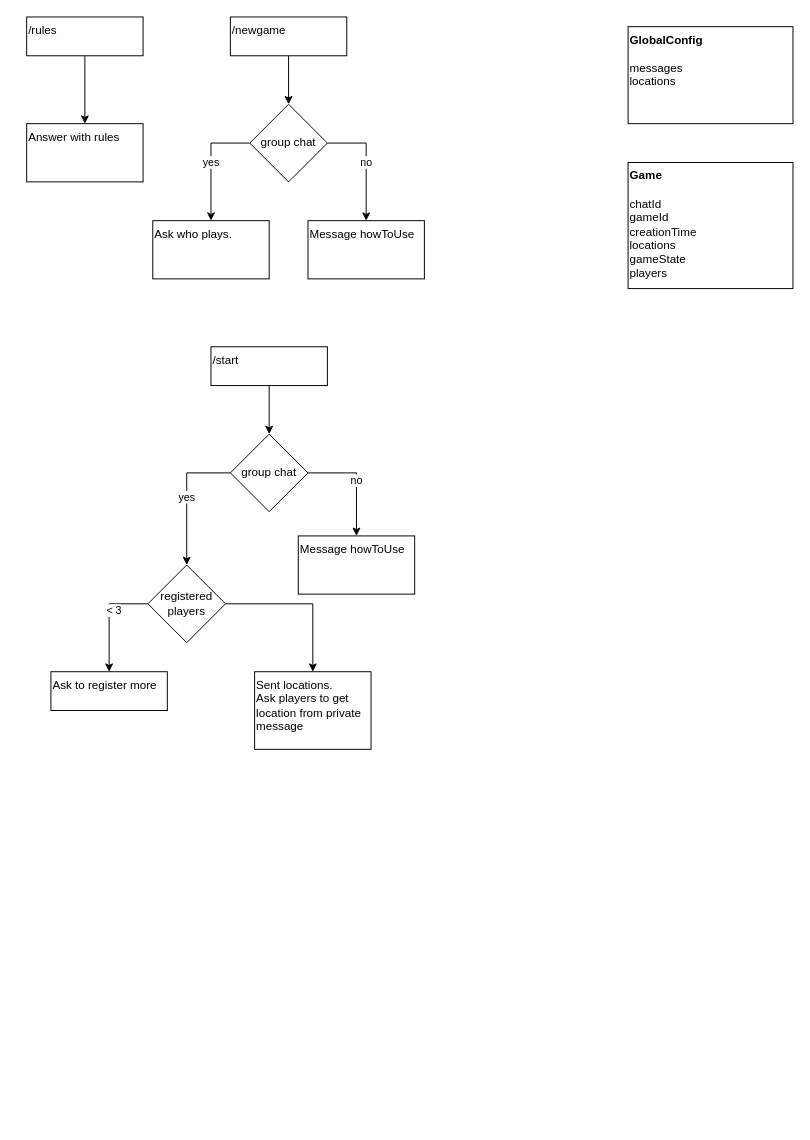
This is business-flow.drawio from vendigo/spyfall-bot, a draw.io file, before an edit. Source tidied: cells renumbered, new cells numbered last; positions are measured from the earlier drawing's top-left corner, leaving out a move shared by most shapes. Both pictures are drawn from the tidied source at 97%, with x=0, y=0 at pixel (26, 16).
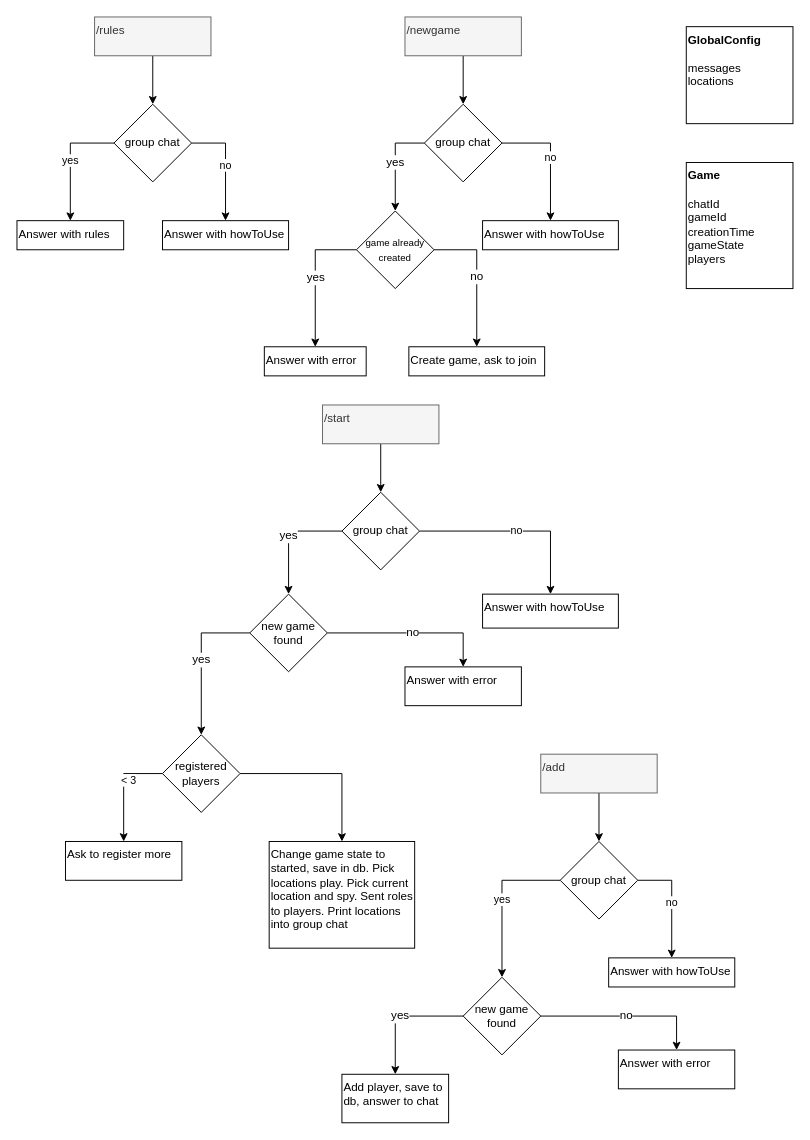
The same diagram, later.

Commit message (it also covers changes not shown here):
Reworked locations picking, compilation fix, updated flow diagram

The edit, as a diff of the source:
```diff
@@
     <mxCell id="2" value="&lt;b&gt;GlobalConfig&lt;/b&gt;&lt;br&gt;&lt;br&gt;messages&lt;br&gt;locations" style="rounded=0;whiteSpace=wrap;html=1;verticalAlign=top;align=left;" parent="1" vertex="1">
-      <mxGeometry x="620" y="10" width="170" height="100" as="geometry" />
+      <mxGeometry x="680" y="10" width="110" height="100" as="geometry" />
     </mxCell>
@@
-    <mxCell id="4" value="/newgame" style="rounded=0;whiteSpace=wrap;html=1;align=left;verticalAlign=top;" parent="1" vertex="1">
-      <mxGeometry x="210" width="120" height="40" as="geometry" />
+    <mxCell id="4" value="/newgame" style="rounded=0;whiteSpace=wrap;html=1;align=left;verticalAlign=top;fillColor=#f5f5f5;fontColor=#333333;strokeColor=#666666;" parent="1" vertex="1">
+      <mxGeometry x="390" width="120" height="40" as="geometry" />
     </mxCell>
-    <mxCell id="5" style="edgeStyle=orthogonalEdgeStyle;rounded=0;jettySize=auto;html=1;exitX=0.5;exitY=1;exitDx=0;exitDy=0;entryX=0.5;entryY=0;entryDx=0;entryDy=0;" parent="1" edge="1" source="6" target="7">
-      <mxGeometry relative="1" as="geometry" />
-    </mxCell>
-    <mxCell id="6" value="/rules" style="rounded=0;whiteSpace=wrap;html=1;align=left;verticalAlign=top;" parent="1" vertex="1">
-      <mxGeometry width="120" height="40" as="geometry" />
-    </mxCell>
-    <mxCell id="7" value="Answer with rules" style="rounded=0;whiteSpace=wrap;html=1;align=left;verticalAlign=top;" parent="1" vertex="1">
-      <mxGeometry y="110" width="120" height="60" as="geometry" />
-    </mxCell>
-    <mxCell id="8" value="Sent locations.&amp;nbsp;&lt;br&gt;Ask players to get location from private message" style="rounded=0;whiteSpace=wrap;html=1;align=left;verticalAlign=top;" parent="1" vertex="1">
-      <mxGeometry x="235" y="675" width="120" height="80" as="geometry" />
+    <mxCell id="8" value="Change game state to started, save in db. Pick locations play. Pick current location and spy. Sent roles to players. Print locations into group chat" style="rounded=0;whiteSpace=wrap;html=1;align=left;verticalAlign=top;" parent="1" vertex="1">
+      <mxGeometry x="250" y="850" width="150" height="110" as="geometry" />
     </mxCell>
-    <mxCell id="9" value="yes" style="edgeStyle=orthogonalEdgeStyle;rounded=0;jettySize=auto;html=1;exitX=0;exitY=0.5;exitDx=0;exitDy=0;entryX=0.5;entryY=0;entryDx=0;entryDy=0;entryPerimeter=0;" parent="1" edge="1" source="11" target="14">
-      <mxGeometry relative="1" as="geometry" />
-    </mxCell>
@@
+    <mxCell id="26" value="yes" style="edgeStyle=orthogonalEdgeStyle;rounded=0;jettySize=auto;html=1;exitX=0;exitY=0.5;exitDx=0;exitDy=0;entryX=0.5;entryY=0;entryDx=0;entryDy=0;fontSize=12;" parent="1" edge="1" source="11" target="34">
+      <mxGeometry relative="1" as="geometry" />
+    </mxCell>
     <mxCell id="11" value="group chat" style="rhombus;whiteSpace=wrap;html=1;align=center;verticalAlign=middle;" parent="1" vertex="1">
-      <mxGeometry x="230" y="90" width="80" height="80" as="geometry" />
+      <mxGeometry x="410" y="90" width="80" height="80" as="geometry" />
     </mxCell>
-    <mxCell id="12" value="Message howToUse" style="rounded=0;whiteSpace=wrap;html=1;align=left;verticalAlign=top;" parent="1" vertex="1">
-      <mxGeometry x="290" y="210" width="120" height="60" as="geometry" />
+    <mxCell id="12" value="Answer with howToUse" style="rounded=0;whiteSpace=wrap;html=1;align=left;verticalAlign=top;" parent="1" vertex="1">
+      <mxGeometry x="470" y="210" width="140" height="30" as="geometry" />
     </mxCell>
-    <mxCell id="13" value="&lt;b&gt;Game&lt;/b&gt;&lt;br&gt;&lt;br&gt;chatId&lt;br&gt;gameId&lt;br&gt;creationTime&lt;br&gt;locations&lt;br&gt;gameState&lt;br&gt;players" style="rounded=0;whiteSpace=wrap;html=1;verticalAlign=top;align=left;" parent="1" vertex="1">
-      <mxGeometry x="620" y="150" width="170" height="130" as="geometry" />
+    <mxCell id="13" value="&lt;b&gt;Game&lt;/b&gt;&lt;br&gt;&lt;br&gt;chatId&lt;br&gt;gameId&lt;br&gt;creationTime&lt;br&gt;gameState&lt;br&gt;players" style="rounded=0;whiteSpace=wrap;html=1;verticalAlign=top;align=left;" parent="1" vertex="1">
+      <mxGeometry x="680" y="150" width="110" height="130" as="geometry" />
     </mxCell>
-    <mxCell id="14" value="Ask who plays.&amp;nbsp;" style="rounded=0;whiteSpace=wrap;html=1;align=left;verticalAlign=top;" parent="1" vertex="1">
-      <mxGeometry x="130" y="210" width="120" height="60" as="geometry" />
-    </mxCell>
@@
-    <mxCell id="16" value="/start" style="rounded=0;whiteSpace=wrap;html=1;align=left;verticalAlign=top;" parent="1" vertex="1">
-      <mxGeometry x="190" y="340" width="120" height="40" as="geometry" />
+    <mxCell id="16" value="/start" style="rounded=0;whiteSpace=wrap;html=1;align=left;verticalAlign=top;fillColor=#f5f5f5;fontColor=#333333;strokeColor=#666666;" parent="1" vertex="1">
+      <mxGeometry x="305" y="400" width="120" height="40" as="geometry" />
     </mxCell>
@@
     <mxCell id="20" value="registered players" style="rhombus;whiteSpace=wrap;html=1;align=center;verticalAlign=middle;" parent="1" vertex="1">
-      <mxGeometry x="125" y="565" width="80" height="80" as="geometry" />
+      <mxGeometry x="140" y="740" width="80" height="80" as="geometry" />
     </mxCell>
     <mxCell id="21" value="Ask to register more" style="rounded=0;whiteSpace=wrap;html=1;align=left;verticalAlign=top;" parent="1" vertex="1">
-      <mxGeometry x="25" y="675" width="120" height="40" as="geometry" />
+      <mxGeometry x="40" y="850" width="120" height="40" as="geometry" />
     </mxCell>
-    <mxCell id="22" value="yes" style="edgeStyle=orthogonalEdgeStyle;rounded=0;jettySize=auto;html=1;exitX=0;exitY=0.5;exitDx=0;exitDy=0;entryX=0.5;entryY=0;entryDx=0;entryDy=0;" parent="1" edge="1" source="24" target="20">
-      <mxGeometry relative="1" as="geometry" />
-    </mxCell>
@@
+    <mxCell id="27" value="yes" style="edgeStyle=orthogonalEdgeStyle;rounded=0;jettySize=auto;html=1;exitX=0;exitY=0.5;exitDx=0;exitDy=0;entryX=0.5;entryY=0;entryDx=0;entryDy=0;fontSize=12;" parent="1" edge="1" source="24" target="39">
+      <mxGeometry relative="1" as="geometry" />
+    </mxCell>
     <mxCell id="24" value="group chat" style="rhombus;whiteSpace=wrap;html=1;align=center;verticalAlign=middle;" parent="1" vertex="1">
-      <mxGeometry x="210" y="430" width="80" height="80" as="geometry" />
+      <mxGeometry x="325" y="490" width="80" height="80" as="geometry" />
     </mxCell>
-    <mxCell id="25" value="Message howToUse" style="rounded=0;whiteSpace=wrap;html=1;align=left;verticalAlign=top;" parent="1" vertex="1">
-      <mxGeometry x="280" y="535" width="120" height="60" as="geometry" />
+    <mxCell id="25" value="Answer with howToUse" style="rounded=0;whiteSpace=wrap;html=1;align=left;verticalAlign=top;" parent="1" vertex="1">
+      <mxGeometry x="470" y="595" width="140" height="35" as="geometry" />
     </mxCell>
+    <mxCell id="28" style="edgeStyle=orthogonalEdgeStyle;rounded=0;jettySize=auto;html=1;exitX=0.5;exitY=1;exitDx=0;exitDy=0;entryX=0.5;entryY=0;entryDx=0;entryDy=0;" parent="1" edge="1" source="6" target="30">
+      <mxGeometry relative="1" as="geometry" />
+    </mxCell>
+    <mxCell id="6" value="/rules" style="rounded=0;whiteSpace=wrap;html=1;align=left;verticalAlign=top;fillColor=#f5f5f5;fontColor=#333333;strokeColor=#666666;" parent="1" vertex="1">
+      <mxGeometry x="70" width="120" height="40" as="geometry" />
+    </mxCell>
+    <mxCell id="9" value="yes" style="edgeStyle=orthogonalEdgeStyle;rounded=0;jettySize=auto;html=1;exitX=0;exitY=0.5;exitDx=0;exitDy=0;entryX=0.5;entryY=0;entryDx=0;entryDy=0;entryPerimeter=0;" parent="1" edge="1" source="30" target="7">
+      <mxGeometry relative="1" as="geometry" />
+    </mxCell>
+    <mxCell id="29" value="no" style="edgeStyle=orthogonalEdgeStyle;rounded=0;jettySize=auto;html=1;exitX=1;exitY=0.5;exitDx=0;exitDy=0;entryX=0.5;entryY=0;entryDx=0;entryDy=0;" parent="1" edge="1" source="30" target="31">
+      <mxGeometry relative="1" as="geometry" />
+    </mxCell>
+    <mxCell id="30" value="group chat" style="rhombus;whiteSpace=wrap;html=1;align=center;verticalAlign=middle;" parent="1" vertex="1">
+      <mxGeometry x="90" y="90" width="80" height="80" as="geometry" />
+    </mxCell>
+    <mxCell id="31" value="Answer with howToUse" style="rounded=0;whiteSpace=wrap;html=1;align=left;verticalAlign=top;" parent="1" vertex="1">
+      <mxGeometry x="140" y="210" width="130" height="30" as="geometry" />
+    </mxCell>
+    <mxCell id="7" value="Answer with rules" style="rounded=0;whiteSpace=wrap;html=1;align=left;verticalAlign=top;" parent="1" vertex="1">
+      <mxGeometry x="-10" y="210" width="110" height="30" as="geometry" />
+    </mxCell>
+    <mxCell id="32" value="yes" style="edgeStyle=orthogonalEdgeStyle;rounded=0;jettySize=auto;html=1;exitX=0;exitY=0.5;exitDx=0;exitDy=0;entryX=0.5;entryY=0;entryDx=0;entryDy=0;fontSize=12;" parent="1" edge="1" source="34" target="35">
+      <mxGeometry relative="1" as="geometry" />
+    </mxCell>
+    <mxCell id="33" value="no" style="edgeStyle=orthogonalEdgeStyle;rounded=0;jettySize=auto;html=1;exitX=1;exitY=0.5;exitDx=0;exitDy=0;entryX=0.5;entryY=0;entryDx=0;entryDy=0;fontSize=12;" parent="1" edge="1" source="34" target="36">
+      <mxGeometry relative="1" as="geometry" />
+    </mxCell>
+    <mxCell id="34" value="&lt;font style=&quot;font-size: 10px;&quot;&gt;game already created&lt;/font&gt;" style="rhombus;whiteSpace=wrap;html=1;align=center;verticalAlign=middle;" parent="1" vertex="1">
+      <mxGeometry x="340" y="200" width="80" height="80" as="geometry" />
+    </mxCell>
+    <mxCell id="35" value="Answer with error&lt;br&gt;" style="rounded=0;whiteSpace=wrap;html=1;align=left;verticalAlign=top;" parent="1" vertex="1">
+      <mxGeometry x="245" y="340" width="105" height="30" as="geometry" />
+    </mxCell>
+    <mxCell id="36" value="Create game, ask to join" style="rounded=0;whiteSpace=wrap;html=1;align=left;verticalAlign=top;" parent="1" vertex="1">
+      <mxGeometry x="394" y="340" width="140" height="30" as="geometry" />
+    </mxCell>
+    <mxCell id="37" value="no" style="edgeStyle=orthogonalEdgeStyle;rounded=0;jettySize=auto;html=1;exitX=1;exitY=0.5;exitDx=0;exitDy=0;entryX=0.5;entryY=0;entryDx=0;entryDy=0;fontSize=12;" parent="1" edge="1" source="39" target="40">
+      <mxGeometry relative="1" as="geometry" />
+    </mxCell>
+    <mxCell id="38" value="yes" style="edgeStyle=orthogonalEdgeStyle;rounded=0;jettySize=auto;html=1;exitX=0;exitY=0.5;exitDx=0;exitDy=0;fontSize=12;" parent="1" edge="1" source="39" target="20">
+      <mxGeometry relative="1" as="geometry" />
+    </mxCell>
+    <mxCell id="39" value="new game found" style="rhombus;whiteSpace=wrap;html=1;align=center;verticalAlign=middle;" parent="1" vertex="1">
+      <mxGeometry x="230" y="595" width="80" height="80" as="geometry" />
+    </mxCell>
+    <mxCell id="40" value="Answer with error" style="rounded=0;whiteSpace=wrap;html=1;align=left;verticalAlign=top;" parent="1" vertex="1">
+      <mxGeometry x="390" y="670" width="120" height="40" as="geometry" />
+    </mxCell>
+    <mxCell id="41" style="edgeStyle=orthogonalEdgeStyle;rounded=0;jettySize=auto;html=1;exitX=0.5;exitY=1;exitDx=0;exitDy=0;entryX=0.5;entryY=0;entryDx=0;entryDy=0;" parent="1" edge="1" source="42" target="44">
+      <mxGeometry relative="1" as="geometry" />
+    </mxCell>
+    <mxCell id="42" value="/add" style="rounded=0;whiteSpace=wrap;html=1;align=left;verticalAlign=top;fillColor=#f5f5f5;fontColor=#333333;strokeColor=#666666;" parent="1" vertex="1">
+      <mxGeometry x="530" y="760" width="120" height="40" as="geometry" />
+    </mxCell>
+    <mxCell id="22" value="yes" style="edgeStyle=orthogonalEdgeStyle;rounded=0;jettySize=auto;html=1;exitX=0;exitY=0.5;exitDx=0;exitDy=0;entryX=0.5;entryY=0;entryDx=0;entryDy=0;" parent="1" edge="1" source="44" target="49">
+      <mxGeometry relative="1" as="geometry" />
+    </mxCell>
+    <mxCell id="43" value="no" style="edgeStyle=orthogonalEdgeStyle;rounded=0;jettySize=auto;html=1;exitX=1;exitY=0.5;exitDx=0;exitDy=0;entryX=0.5;entryY=0;entryDx=0;entryDy=0;" parent="1" edge="1" source="44" target="45">
+      <mxGeometry relative="1" as="geometry" />
+    </mxCell>
+    <mxCell id="44" value="group chat" style="rhombus;whiteSpace=wrap;html=1;align=center;verticalAlign=middle;" parent="1" vertex="1">
+      <mxGeometry x="550" y="850" width="80" height="80" as="geometry" />
+    </mxCell>
+    <mxCell id="45" value="Answer with howToUse" style="rounded=0;whiteSpace=wrap;html=1;align=left;verticalAlign=top;" parent="1" vertex="1">
+      <mxGeometry x="600" y="970" width="130" height="30" as="geometry" />
+    </mxCell>
+    <mxCell id="46" value="Add player, save to db, answer to chat" style="rounded=0;whiteSpace=wrap;html=1;align=left;verticalAlign=top;" parent="1" vertex="1">
+      <mxGeometry x="325" y="1090" width="110" height="50" as="geometry" />
+    </mxCell>
+    <mxCell id="47" value="no" style="edgeStyle=orthogonalEdgeStyle;rounded=0;jettySize=auto;html=1;exitX=1;exitY=0.5;exitDx=0;exitDy=0;entryX=0.5;entryY=0;entryDx=0;entryDy=0;fontSize=12;" parent="1" edge="1" source="49" target="50">
+      <mxGeometry relative="1" as="geometry" />
+    </mxCell>
+    <mxCell id="48" value="yes" style="edgeStyle=orthogonalEdgeStyle;rounded=0;jettySize=auto;html=1;exitX=0;exitY=0.5;exitDx=0;exitDy=0;fontSize=12;entryX=0.5;entryY=0;entryDx=0;entryDy=0;" parent="1" edge="1" source="49" target="46">
+      <mxGeometry relative="1" as="geometry" />
+    </mxCell>
+    <mxCell id="49" value="new game found" style="rhombus;whiteSpace=wrap;html=1;align=center;verticalAlign=middle;" parent="1" vertex="1">
+      <mxGeometry x="450" y="990" width="80" height="80" as="geometry" />
+    </mxCell>
+    <mxCell id="50" value="Answer with error" style="rounded=0;whiteSpace=wrap;html=1;align=left;verticalAlign=top;" parent="1" vertex="1">
+      <mxGeometry x="610" y="1065" width="120" height="40" as="geometry" />
+    </mxCell>
```
